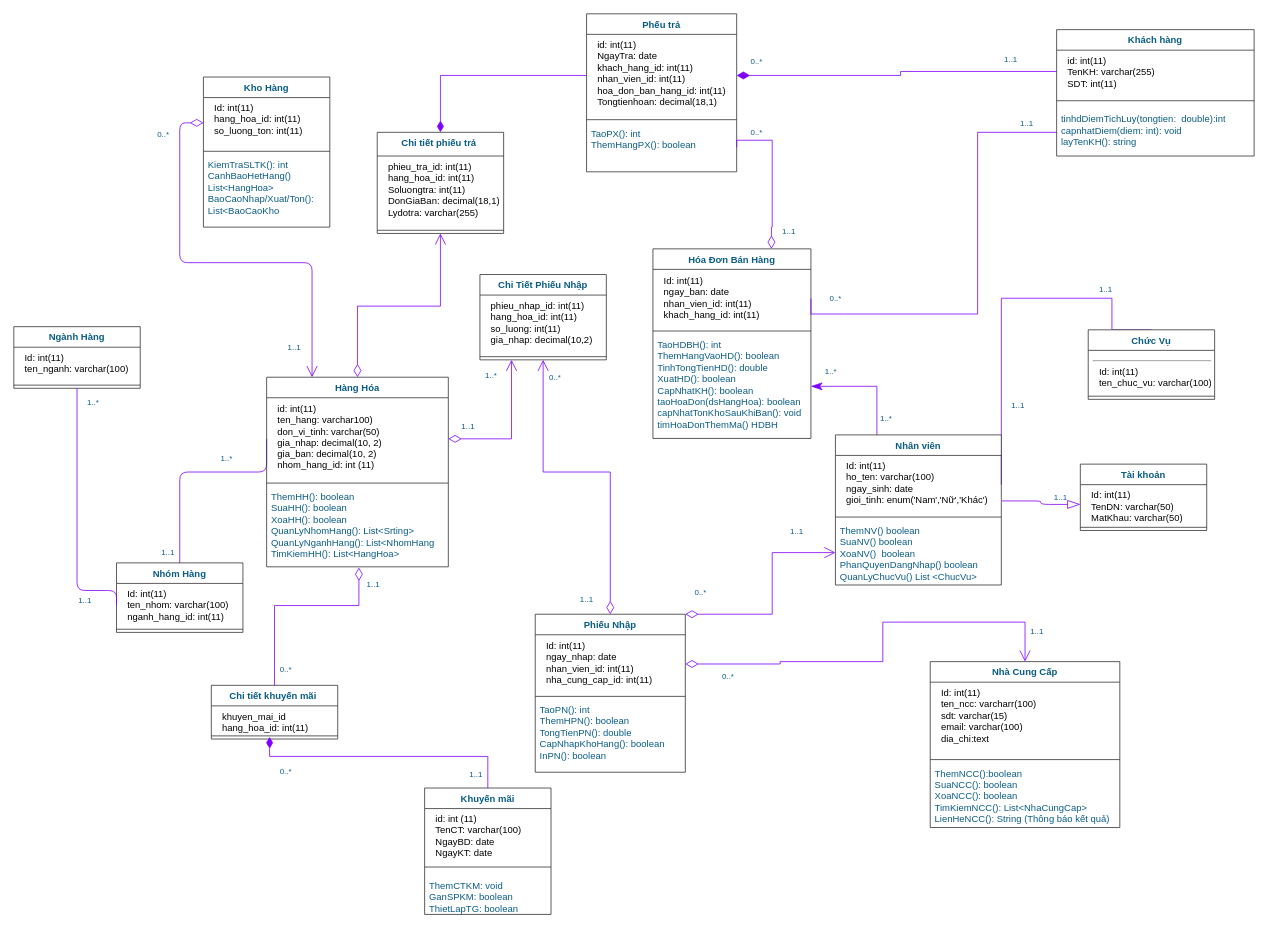
Above: classdiagram.drawio in RomJoke/K (draw.io), before the change. Source tidied: cells renumbered, new cells numbered last; positions are measured from the earlier drawing's top-left corner, leaving out a move shared by most shapes. Both pictures are drawn from the tidied source at 79%, with x=0, y=0 at pixel (13, 13).
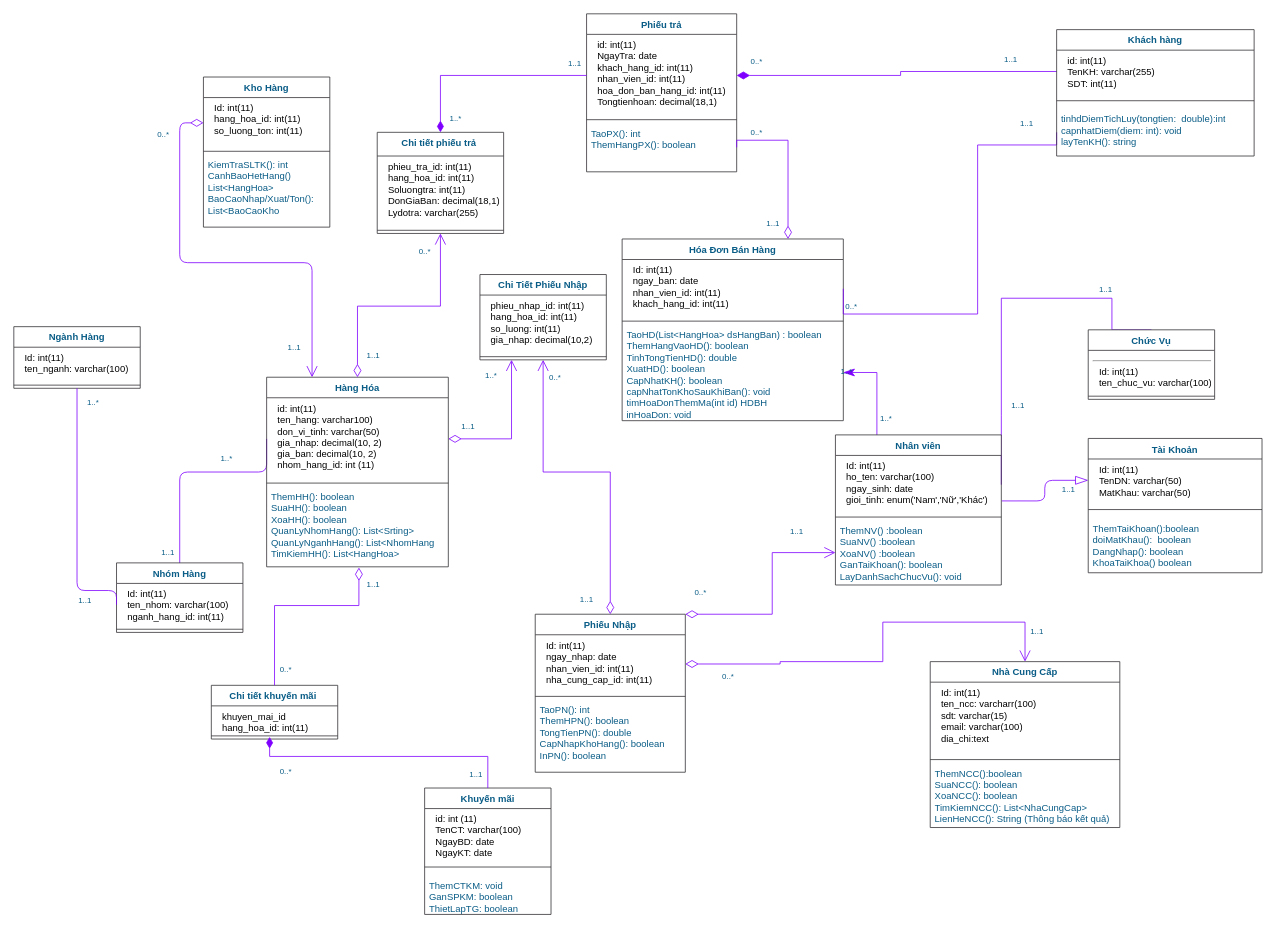
Above is the later version.

Unchanged cells that the change refers to:
```xml
<mxCell id="56" value="Nhân viên" style="swimlane;fontStyle=1;align=center;verticalAlign=top;horizontal=1;startSize=26;whiteSpace=wrap;html=1;strokeColor=light-dark(#333135, #d176ff);fontColor=#095C86;fillColor=#FFFFFF;" parent="1" vertex="1">
  <mxGeometry x="1040" y="533" width="210" height="190" as="geometry" />
</mxCell>
<mxCell id="84" value="TaoPX(): int&lt;div&gt;ThemHangPX(): boolean&lt;/div&gt;&lt;div&gt;&lt;br&gt;&lt;/div&gt;" style="text;strokeColor=none;fillColor=none;align=left;verticalAlign=top;spacingLeft=4;spacingRight=4;overflow=hidden;points=[[0,0.5],[1,0.5]];portConstraint=eastwest;whiteSpace=wrap;html=1;fontColor=#095C86;" parent="81" vertex="1">
  <mxGeometry y="138" width="190" height="62" as="geometry" />
</mxCell>
```

The edit, as a diff of the source:
```diff
@@
     <mxCell id="15" value="1..1" style="align=left;verticalAlign=top;labelBackgroundColor=none;fontSize=10;strokeColor=#AF45ED;shadow=1;fillColor=#F694C1;fontColor=#095C86;" parent="1" vertex="1">
-      <mxGeometry x="1330" y="590" as="geometry">
+      <mxGeometry x="1340" y="580" as="geometry">
         <mxPoint x="-15" y="10" as="offset" />
       </mxGeometry>
     </mxCell>
@@
-    <mxCell id="31" value="Tài khoản" style="swimlane;fontStyle=1;align=center;verticalAlign=top;horizontal=1;startSize=26;whiteSpace=wrap;html=1;strokeColor=light-dark(#333135, #d176ff);fontColor=#095C86;fillColor=#FFFFFF;" parent="1" vertex="1">
-      <mxGeometry x="1350" y="570" width="160" height="84" as="geometry" />
-    </mxCell>
-    <mxCell id="32" value="&lt;p style=&quot;color: rgb(0, 0, 0); text-wrap-mode: nowrap; margin: 0px 0px 0px 8px;&quot;&gt;Id: int(11)&lt;/p&gt;&lt;p style=&quot;color: rgb(0, 0, 0); text-wrap-mode: nowrap; margin: 0px 0px 0px 8px;&quot;&gt;TenDN: varchar(50)&lt;/p&gt;&lt;p style=&quot;color: rgb(0, 0, 0); text-wrap-mode: nowrap; margin: 0px 0px 0px 8px;&quot;&gt;MatKhau: varchar(50)&lt;/p&gt;" style="text;strokeColor=none;fillColor=none;align=left;verticalAlign=top;spacingLeft=4;spacingRight=4;overflow=hidden;points=[[0,0.5],[1,0.5]];portConstraint=eastwest;whiteSpace=wrap;html=1;fontColor=#095C86;" parent="31" vertex="1">
-      <mxGeometry y="26" width="160" height="50" as="geometry" />
-    </mxCell>
-    <mxCell id="33" style="line;strokeWidth=1;fillColor=none;align=left;verticalAlign=middle;spacingTop=-1;spacingLeft=3;spacingRight=3;labelPosition=right;strokeColor=inherit;fontColor=#095C86;" parent="31" vertex="1">
-      <mxGeometry y="76" width="160" height="8" as="geometry" />
-    </mxCell>
@@
     <mxCell id="37" value="Hóa Đơn Bán Hàng" style="swimlane;fontStyle=1;align=center;verticalAlign=top;horizontal=1;startSize=26;whiteSpace=wrap;html=1;strokeColor=light-dark(#333135, #d176ff);fontColor=#095C86;fillColor=#FFFFFF;" parent="1" vertex="1">
-      <mxGeometry x="809" y="297.5" width="200" height="240" as="geometry" />
+      <mxGeometry x="770" y="285" width="280" height="230" as="geometry" />
     </mxCell>
     <mxCell id="38" value="&lt;p style=&quot;color: rgb(0, 0, 0); text-wrap-mode: nowrap; margin: 0px 0px 0px 8px;&quot;&gt;Id: int(11)&lt;/p&gt;&lt;p style=&quot;color: rgb(0, 0, 0); text-wrap-mode: nowrap; margin: 0px 0px 0px 8px;&quot;&gt;ngay_ban: date&amp;nbsp;&lt;/p&gt;&lt;p style=&quot;color: rgb(0, 0, 0); text-wrap-mode: nowrap; margin: 0px 0px 0px 8px;&quot;&gt;nhan_vien_id: int(11)&lt;/p&gt;&lt;p style=&quot;color: rgb(0, 0, 0); text-wrap-mode: nowrap; margin: 0px 0px 0px 8px;&quot;&gt;khach_hang_id: int(11)&lt;/p&gt;" style="text;strokeColor=none;fillColor=none;align=left;verticalAlign=top;spacingLeft=4;spacingRight=4;overflow=hidden;points=[[0,0.5],[1,0.5]];portConstraint=eastwest;whiteSpace=wrap;html=1;fontColor=#095C86;" parent="37" vertex="1">
-      <mxGeometry y="26" width="200" height="74" as="geometry" />
+      <mxGeometry y="26" width="280" height="74" as="geometry" />
     </mxCell>
     <mxCell id="39" style="line;strokeWidth=1;fillColor=none;align=left;verticalAlign=middle;spacingTop=-1;spacingLeft=3;spacingRight=3;labelPosition=right;strokeColor=inherit;fontColor=#095C86;" parent="37" vertex="1">
-      <mxGeometry y="100" width="200" height="8" as="geometry" />
+      <mxGeometry y="100" width="280" height="8" as="geometry" />
     </mxCell>
-    <mxCell id="40" value="TaoHDBH(): int&lt;div&gt;ThemHangVaoHD(): boolean&lt;/div&gt;&lt;div&gt;TinhTongTienHD(): double&lt;/div&gt;&lt;div&gt;XuatHD(): boolean&lt;/div&gt;&lt;div&gt;CapNhatKH(): boolean&lt;/div&gt;&lt;div&gt;taoHoaDon(dsHangHoa): boolean&lt;/div&gt;&lt;div&gt;capNhatTonKhoSauKhiBan(): void&lt;/div&gt;&lt;div&gt;timHoaDonThemMa() HDBH&lt;/div&gt;" style="text;strokeColor=none;fillColor=none;align=left;verticalAlign=top;spacingLeft=4;spacingRight=4;overflow=hidden;points=[[0,0.5],[1,0.5]];portConstraint=eastwest;whiteSpace=wrap;html=1;fontColor=#095C86;" parent="37" vertex="1">
-      <mxGeometry y="108" width="200" height="132" as="geometry" />
+    <mxCell id="40" value="TaoHD(List&amp;lt;HangHoa&amp;gt; dsHangBan) : boolean&amp;nbsp;&lt;div&gt;ThemHangVaoHD(): boolean&lt;/div&gt;&lt;div&gt;TinhTongTienHD(): double&lt;/div&gt;&lt;div&gt;XuatHD(): boolean&lt;/div&gt;&lt;div&gt;CapNhatKH(): boolean&lt;/div&gt;&lt;div&gt;capNhatTonKhoSauKhiBan(): void&lt;/div&gt;&lt;div&gt;timHoaDonThemMa(int id) HDBH&lt;/div&gt;&lt;div&gt;inHoaDon: void&lt;/div&gt;" style="text;strokeColor=none;fillColor=none;align=left;verticalAlign=top;spacingLeft=4;spacingRight=4;overflow=hidden;points=[[0,0.5],[1,0.5]];portConstraint=eastwest;whiteSpace=wrap;html=1;fontColor=#095C86;" parent="37" vertex="1">
+      <mxGeometry y="108" width="280" height="122" as="geometry" />
     </mxCell>
@@
-    <mxCell id="59" value="ThemNV() boolean&lt;div&gt;SuaNV()&amp;nbsp;&lt;span style=&quot;background-color: transparent; color: light-dark(rgb(9, 92, 134), rgb(112, 183, 219));&quot;&gt;boolean&lt;/span&gt;&lt;/div&gt;&lt;div&gt;XoaNV()&amp;nbsp;&amp;nbsp;&lt;span style=&quot;background-color: transparent; color: light-dark(rgb(9, 92, 134), rgb(112, 183, 219));&quot;&gt;boolean&lt;/span&gt;&lt;/div&gt;&lt;div&gt;PhanQuyenDangNhap()&amp;nbsp;&lt;span style=&quot;background-color: transparent; color: light-dark(rgb(9, 92, 134), rgb(112, 183, 219));&quot;&gt;boolean&lt;/span&gt;&lt;/div&gt;&lt;div&gt;QuanLyChucVu() List &amp;lt;ChucVu&amp;gt;&lt;/div&gt;" style="text;strokeColor=none;fillColor=none;align=left;verticalAlign=top;spacingLeft=4;spacingRight=4;overflow=hidden;points=[[0,0.5],[1,0.5]];portConstraint=eastwest;whiteSpace=wrap;html=1;fontColor=#095C86;" parent="56" vertex="1">
+    <mxCell id="59" value="ThemNV() :boolean&lt;div&gt;SuaNV() :&lt;span style=&quot;background-color: transparent; color: light-dark(rgb(9, 92, 134), rgb(112, 183, 219));&quot;&gt;boolean&lt;/span&gt;&lt;/div&gt;&lt;div&gt;XoaNV() :&lt;span style=&quot;background-color: transparent; color: light-dark(rgb(9, 92, 134), rgb(112, 183, 219));&quot;&gt;boolean&lt;/span&gt;&lt;/div&gt;&lt;div&gt;GanTaiKhoan(): boolean&lt;/div&gt;&lt;div&gt;LayDanhSachChucVu(): void&lt;/div&gt;" style="text;strokeColor=none;fillColor=none;align=left;verticalAlign=top;spacingLeft=4;spacingRight=4;overflow=hidden;points=[[0,0.5],[1,0.5]];portConstraint=eastwest;whiteSpace=wrap;html=1;fontColor=#095C86;" parent="56" vertex="1">
       <mxGeometry y="108" width="210" height="82" as="geometry" />
     </mxCell>
@@
-    <mxCell id="81" value="Phếu trả" style="swimlane;fontStyle=1;align=center;verticalAlign=top;horizontal=1;startSize=26;whiteSpace=wrap;html=1;strokeColor=light-dark(#333135, #d176ff);fontColor=#095C86;fillColor=#FFFFFF;" parent="1" vertex="1">
+    <mxCell id="81" value="Phiếu trả" style="swimlane;fontStyle=1;align=center;verticalAlign=top;horizontal=1;startSize=26;whiteSpace=wrap;html=1;strokeColor=light-dark(#333135, #d176ff);fontColor=#095C86;fillColor=#FFFFFF;" parent="1" vertex="1">
       <mxGeometry x="725" width="190" height="200" as="geometry" />
     </mxCell>
@@
     <mxCell id="91" style="edgeStyle=orthogonalEdgeStyle;rounded=0;jettySize=auto;html=1;exitX=0.75;exitY=0;exitDx=0;exitDy=0;strokeColor=#7F00FF;fontColor=#095C86;fillColor=#F694C1;endArrow=none;startFill=0;entryX=1;entryY=0.5;entryDx=0;entryDy=0;endFill=1;endSize=12;startSize=14;startArrow=diamondThin;" parent="1" edge="1" source="37" target="84">
       <mxGeometry relative="1" as="geometry">
         <Array as="points">
-          <mxPoint x="959" y="270" />
-          <mxPoint x="960" y="270" />
-          <mxPoint x="960" y="160" />
+          <mxPoint x="980" y="160" />
           <mxPoint x="915" y="160" />
         </Array>
       </mxGeometry>
     </mxCell>
@@
     <mxCell id="93" value="1..*" style="align=left;verticalAlign=top;labelBackgroundColor=none;fontSize=10;strokeColor=#AF45ED;shadow=1;fillColor=#F694C1;fontColor=#095C86;" parent="1" vertex="1">
-      <mxGeometry x="1040" y="430" as="geometry">
+      <mxGeometry x="1060" y="430" as="geometry">
         <mxPoint x="-15" y="10" as="offset" />
       </mxGeometry>
     </mxCell>
@@
     <mxCell id="96" value="0..*" style="align=left;verticalAlign=top;labelBackgroundColor=none;fontSize=10;strokeColor=#AF45ED;shadow=1;fillColor=#F694C1;fontColor=#095C86;" parent="1" vertex="1">
-      <mxGeometry x="1110" y="360" as="geometry">
+      <mxGeometry x="1130" y="370" as="geometry">
         <mxPoint x="-79" y="-12" as="offset" />
       </mxGeometry>
     </mxCell>
@@
     <mxCell id="101" value="1..1" style="align=left;verticalAlign=top;labelBackgroundColor=none;fontSize=10;strokeColor=#AF45ED;shadow=1;fillColor=#F694C1;fontColor=#095C86;" parent="1" vertex="1">
-      <mxGeometry x="990" y="260" as="geometry">
+      <mxGeometry x="970" y="250" as="geometry">
         <mxPoint x="-19" y="3" as="offset" />
       </mxGeometry>
     </mxCell>
@@
+    <mxCell id="110" value="Tài Khoản" style="swimlane;fontStyle=1;align=center;verticalAlign=top;horizontal=1;startSize=26;whiteSpace=wrap;html=1;strokeColor=light-dark(#333135, #d176ff);fontColor=#095C86;fillColor=#FFFFFF;" parent="1" vertex="1">
+      <mxGeometry x="1360" y="537.5" width="220" height="170" as="geometry" />
+    </mxCell>
+    <mxCell id="32" value="&lt;p style=&quot;text-wrap-mode: nowrap; color: rgb(0, 0, 0); margin: 0px 0px 0px 8px;&quot;&gt;Id: int(11)&lt;/p&gt;&lt;p style=&quot;text-wrap-mode: nowrap; color: rgb(0, 0, 0); margin: 0px 0px 0px 8px;&quot;&gt;TenDN: varchar(50)&lt;/p&gt;&lt;p style=&quot;text-wrap-mode: nowrap; color: rgb(0, 0, 0); margin: 0px 0px 0px 8px;&quot;&gt;MatKhau: varchar(50)&lt;/p&gt;" style="text;strokeColor=none;fillColor=none;align=left;verticalAlign=top;spacingLeft=4;spacingRight=4;overflow=hidden;points=[[0,0.5],[1,0.5]];portConstraint=eastwest;whiteSpace=wrap;html=1;fontColor=#095C86;" parent="110" vertex="1">
+      <mxGeometry y="26" width="220" height="54" as="geometry" />
+    </mxCell>
+    <mxCell id="111" style="line;strokeWidth=1;fillColor=none;align=left;verticalAlign=middle;spacingTop=-1;spacingLeft=3;spacingRight=3;labelPosition=right;strokeColor=inherit;fontColor=#095C86;" parent="110" vertex="1">
+      <mxGeometry y="80" width="220" height="20" as="geometry" />
+    </mxCell>
+    <mxCell id="112" value="ThemTaiKhoan():boolean&lt;div&gt;doiMatKhau():&amp;nbsp; boolean&lt;/div&gt;&lt;div&gt;DangNhap(): boolean&lt;/div&gt;&lt;div&gt;KhoaTaiKhoa() boolean&lt;/div&gt;" style="text;strokeColor=none;fillColor=none;align=left;verticalAlign=top;spacingLeft=4;spacingRight=4;overflow=hidden;whiteSpace=wrap;html=1;fontColor=#095C86;" parent="110" vertex="1">
+      <mxGeometry y="100" width="220" height="70" as="geometry" />
+    </mxCell>
+    <mxCell id="113" value="1..1" style="align=left;verticalAlign=top;labelBackgroundColor=none;fontSize=10;strokeColor=#AF45ED;shadow=1;fillColor=#F694C1;fontColor=#095C86;" parent="1" vertex="1">
+      <mxGeometry x="460" y="410" as="geometry">
+        <mxPoint x="-15" y="10" as="offset" />
+      </mxGeometry>
+    </mxCell>
+    <mxCell id="114" value="0..*" style="align=left;verticalAlign=top;labelBackgroundColor=none;fontSize=10;strokeColor=#AF45ED;shadow=1;fillColor=#F694C1;fontColor=#095C86;" parent="1" vertex="1">
+      <mxGeometry x="590" y="300" as="geometry">
+        <mxPoint x="-79" y="-12" as="offset" />
+      </mxGeometry>
+    </mxCell>
+    <mxCell id="115" value="1..1" style="align=left;verticalAlign=top;labelBackgroundColor=none;fontSize=10;strokeColor=#AF45ED;shadow=1;fillColor=#F694C1;fontColor=#095C86;" parent="1" vertex="1">
+      <mxGeometry x="715" y="40" as="geometry">
+        <mxPoint x="-15" y="10" as="offset" />
+      </mxGeometry>
+    </mxCell>
+    <mxCell id="116" value="1..*" style="align=left;verticalAlign=top;labelBackgroundColor=none;fontSize=10;strokeColor=#AF45ED;shadow=1;fillColor=#F694C1;fontColor=#095C86;" parent="1" vertex="1">
+      <mxGeometry x="565" y="110" as="geometry">
+        <mxPoint x="-15" y="10" as="offset" />
+      </mxGeometry>
+    </mxCell>
```
